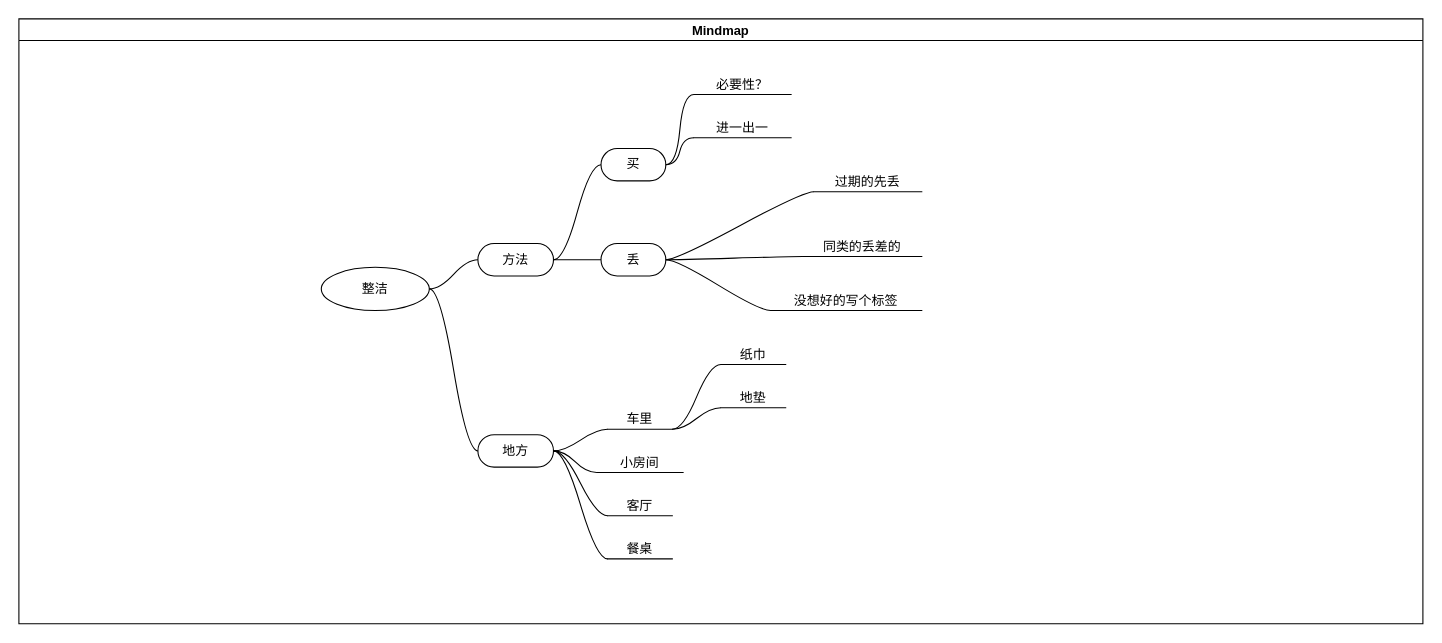
The draw.io diagram store/如何整洁？.drawio in huangguojun00/drawio_picture, before the edit. Source tidied: cells renumbered, new cells numbered last; positions are measured from the earlier drawing's top-left corner, leaving out a move shared by most shapes. Both pictures are drawn from the tidied source at 108%, with x=0, y=0 at pixel (18, 18).
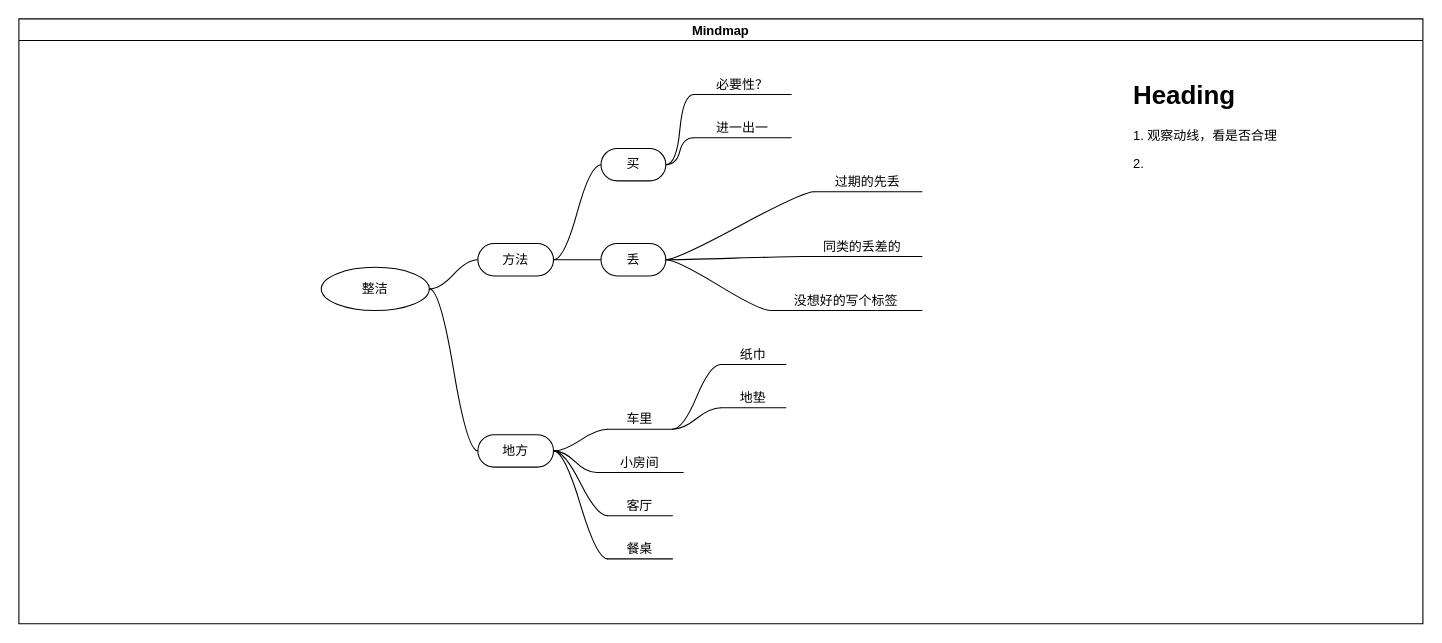
The same diagram, later.

Commit message (it also covers changes not shown here):
更新如何整洁？.drawio

The change refers to these unchanged cells:
```xml
<mxCell id="2" value="Mindmap" style="swimlane;startSize=20;horizontal=1;containerType=tree;" parent="1" vertex="1">
  <mxGeometry width="1300" height="560" as="geometry" />
</mxCell>
```

Change to the diagram source:
```diff
@@
+    <mxCell id="34" value="&lt;h1 style=&quot;margin-top: 0px;&quot;&gt;Heading&lt;/h1&gt;&lt;p&gt;1. 观察动线，看是否合理&lt;/p&gt;&lt;p&gt;2.&amp;nbsp;&lt;/p&gt;" style="text;html=1;whiteSpace=wrap;overflow=hidden;rounded=0;" parent="2" vertex="1">
+      <mxGeometry x="1030" y="50" width="180" height="120" as="geometry" />
+    </mxCell>
```
